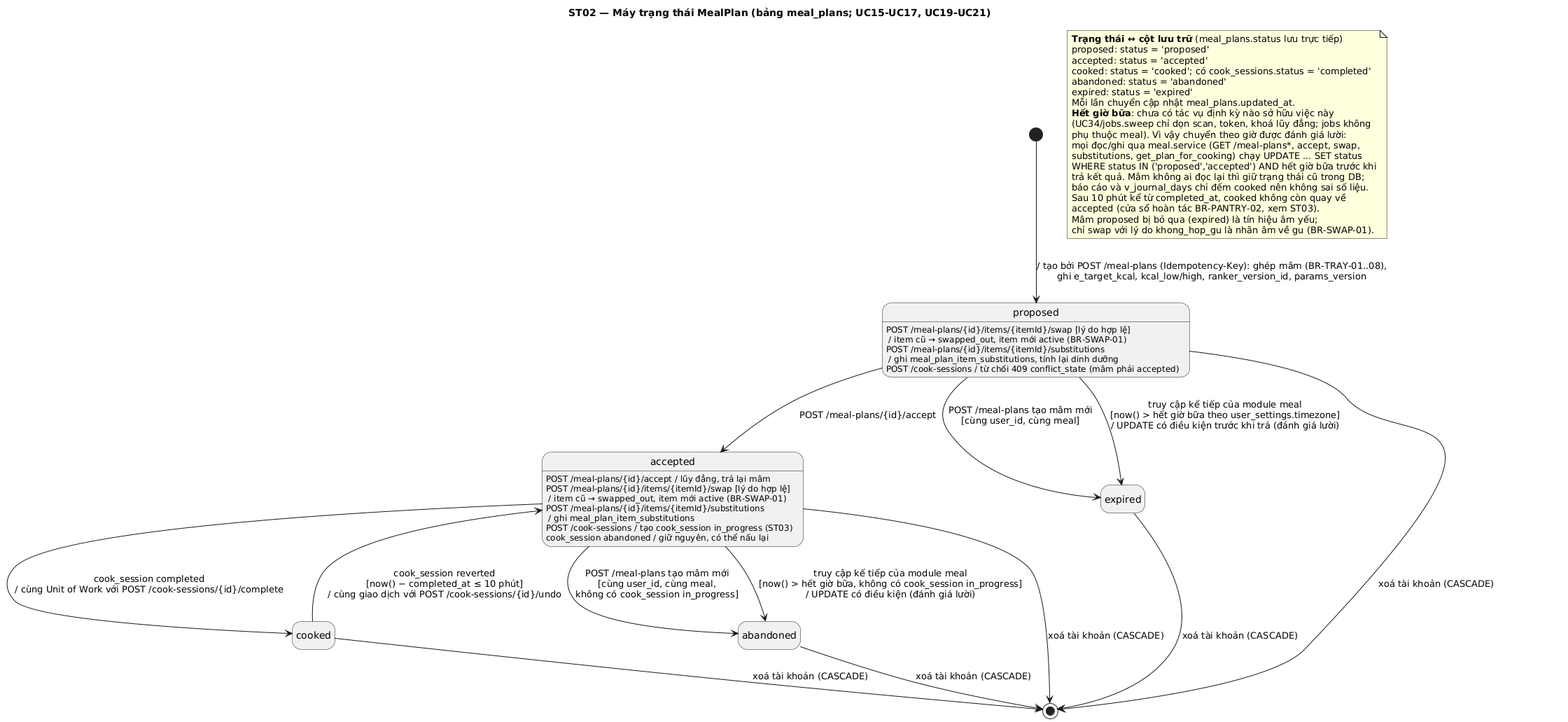
Above: docs/uml/out/state/ST02-meal-plan.png in NamBuw/Tastoria (PlantUML), before the change.
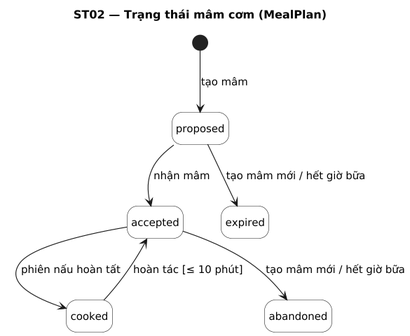
After the change.

Change to the diagram source:
```diff
@@ -1,6 +1,12 @@
 @startuml
-title ST02 — Máy trạng thái MealPlan (bảng meal_plans; UC15-UC17, UC19-UC21)
+title ST02 — Trạng thái mâm cơm (MealPlan)
+skinparam shadowing false
+skinparam defaultFontName DejaVu Sans
+skinparam defaultFontSize 13
+skinparam dpi 110
+
 hide empty description
+skinparam StateBackgroundColor White
 
 state "proposed" as proposed
 state "accepted" as accepted
@@ -8,48 +14,10 @@
 state "abandoned" as abandoned
 state "expired" as expired
 
-proposed : POST /meal-plans/{id}/items/{itemId}/swap [lý do hợp lệ]\n / item cũ → swapped_out, item mới active (BR-SWAP-01)
-proposed : POST /meal-plans/{id}/items/{itemId}/substitutions\n / ghi meal_plan_item_substitutions, tính lại dinh dưỡng
-proposed : POST /cook-sessions / từ chối 409 conflict_state (mâm phải accepted)
-accepted : POST /meal-plans/{id}/accept / lũy đẳng, trả lại mâm
-accepted : POST /meal-plans/{id}/items/{itemId}/swap [lý do hợp lệ]\n / item cũ → swapped_out, item mới active (BR-SWAP-01)
-accepted : POST /meal-plans/{id}/items/{itemId}/substitutions\n / ghi meal_plan_item_substitutions
-accepted : POST /cook-sessions / tạo cook_session in_progress (ST03)
-accepted : cook_session abandoned / giữ nguyên, có thể nấu lại
-
-[*] --> proposed : / tạo bởi POST /meal-plans (Idempotency-Key): ghép mâm (BR-TRAY-01..08),\nghi e_target_kcal, kcal_low/high, ranker_version_id, params_version
-proposed --> accepted : POST /meal-plans/{id}/accept
-proposed --> expired : POST /meal-plans tạo mâm mới\n[cùng user_id, cùng meal]
-proposed --> expired : truy cập kế tiếp của module meal\n[now() > hết giờ bữa theo user_settings.timezone]\n/ UPDATE có điều kiện trước khi trả (đánh giá lười)
-accepted --> cooked : cook_session completed\n/ cùng Unit of Work với POST /cook-sessions/{id}/complete
-cooked --> accepted : cook_session reverted\n[now() − completed_at ≤ 10 phút]\n/ cùng giao dịch với POST /cook-sessions/{id}/undo
-accepted --> abandoned : POST /meal-plans tạo mâm mới\n[cùng user_id, cùng meal,\nkhông có cook_session in_progress]
-accepted --> abandoned : truy cập kế tiếp của module meal\n[now() > hết giờ bữa, không có cook_session in_progress]\n/ UPDATE có điều kiện (đánh giá lười)
-proposed --> [*] : xoá tài khoản (CASCADE)
-accepted --> [*] : xoá tài khoản (CASCADE)
-cooked --> [*] : xoá tài khoản (CASCADE)
-abandoned --> [*] : xoá tài khoản (CASCADE)
-expired --> [*] : xoá tài khoản (CASCADE)
-
-note as Nmap
-  <b>Trạng thái ↔ cột lưu trữ</b> (meal_plans.status lưu trực tiếp)
-  proposed: status = 'proposed'
-  accepted: status = 'accepted'
-  cooked: status = 'cooked'; có cook_sessions.status = 'completed'
-  abandoned: status = 'abandoned'
-  expired: status = 'expired'
-  Mỗi lần chuyển cập nhật meal_plans.updated_at.
-  <b>Hết giờ bữa</b>: chưa có tác vụ định kỳ nào sở hữu việc này
-  (UC34/jobs.sweep chỉ dọn scan, token, khoá lũy đẳng; jobs không
-  phụ thuộc meal). Vì vậy chuyển theo giờ được đánh giá lười:
-  mọi đọc/ghi qua meal.service (GET /meal-plans*, accept, swap,
-  substitutions, get_plan_for_cooking) chạy UPDATE ... SET status
-  WHERE status IN ('proposed','accepted') AND hết giờ bữa trước khi
-  trả kết quả. Mâm không ai đọc lại thì giữ trạng thái cũ trong DB;
-  báo cáo và v_journal_days chỉ đếm cooked nên không sai số liệu.
-  Sau 10 phút kể từ completed_at, cooked không còn quay về
-  accepted (cửa sổ hoàn tác BR-PANTRY-02, xem ST03).
-  Mâm proposed bị bỏ qua (expired) là tín hiệu âm yếu;
-  chỉ swap với lý do khong_hop_gu là nhãn âm về gu (BR-SWAP-01).
-end note
+[*] --> proposed : tạo mâm
+proposed --> accepted : nhận mâm
+proposed --> expired : tạo mâm mới / hết giờ bữa
+accepted --> cooked : phiên nấu hoàn tất
+cooked --> accepted : hoàn tác [≤ 10 phút]
+accepted --> abandoned : tạo mâm mới / hết giờ bữa
 @enduml
```
